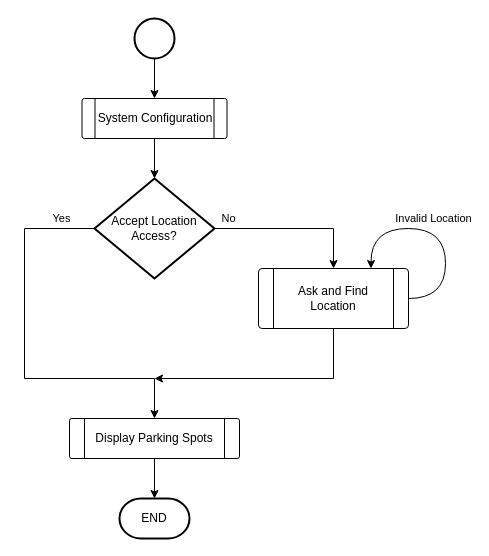
ESRGgroup9/slipad keeps this draw.io diagram as page "WebSite_Flowchart" (4 of 4) of project/report/flowcharts/RemoteSystem.drawio. Above is the earlier version. Source tidied: cells renumbered, new cells numbered last; positions are measured from the earlier drawing's top-left corner, leaving out a move shared by most shapes. Both pictures are drawn from the tidied source at 100%, with x=0, y=0 at pixel (24, 18).
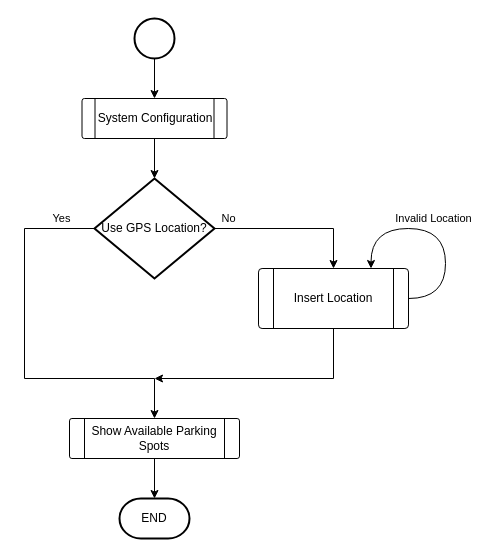
The same diagram, later.

Diff of the diagram source:
```diff
@@
-    <mxCell id="8" value="Accept Location Access?" style="strokeWidth=2;html=1;shape=mxgraph.flowchart.decision;whiteSpace=wrap;fillColor=none;align=center;verticalAlign=middle;" parent="1" vertex="1">
+    <mxCell id="8" value="Use GPS Location?" style="strokeWidth=2;html=1;shape=mxgraph.flowchart.decision;whiteSpace=wrap;fillColor=none;align=center;verticalAlign=middle;" parent="1" vertex="1">
       <mxGeometry x="70" y="160" width="120" height="100" as="geometry" />
     </mxCell>
@@
-    <mxCell id="10" value="Ask and Find Location" style="verticalLabelPosition=middle;verticalAlign=middle;html=1;shape=process;whiteSpace=wrap;rounded=1;size=0.1;arcSize=6;fillColor=none;labelPosition=center;align=center;" parent="1" vertex="1">
+    <mxCell id="10" value="Insert Location" style="verticalLabelPosition=middle;verticalAlign=middle;html=1;shape=process;whiteSpace=wrap;rounded=1;size=0.1;arcSize=6;fillColor=none;labelPosition=center;align=center;" parent="1" vertex="1">
       <mxGeometry x="234" y="250" width="150" height="60" as="geometry" />
     </mxCell>
@@
-    <mxCell id="13" value="Display Parking Spots" style="verticalLabelPosition=middle;verticalAlign=middle;html=1;shape=process;whiteSpace=wrap;rounded=1;size=0.08823529411764706;arcSize=6;fillColor=none;labelPosition=center;align=center;" parent="1" vertex="1">
+    <mxCell id="13" value="Show Available Parking Spots" style="verticalLabelPosition=middle;verticalAlign=middle;html=1;shape=process;whiteSpace=wrap;rounded=1;size=0.08823529411764706;arcSize=6;fillColor=none;labelPosition=center;align=center;" parent="1" vertex="1">
       <mxGeometry x="45" y="400" width="170" height="40" as="geometry" />
     </mxCell>
```
